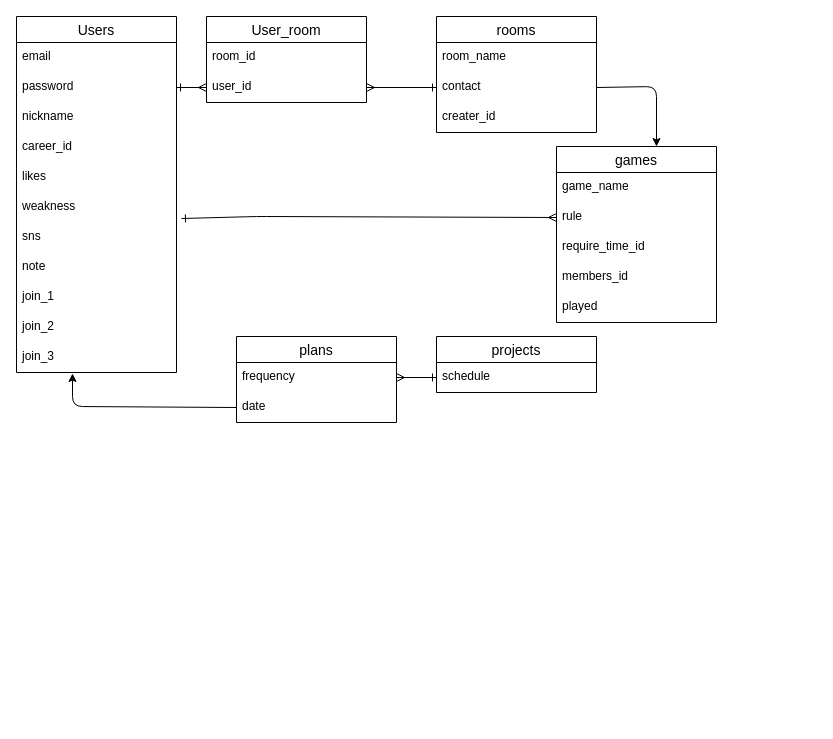
Before: bgcafe.dio in Toshiki-Ichi/bgcafe, a draw.io diagram. Source tidied: cells renumbered, new cells numbered last; positions are measured from the earlier drawing's top-left corner, leaving out a move shared by most shapes. Both pictures are drawn from the tidied source at 100%, with x=0, y=0 at pixel (16, 16).
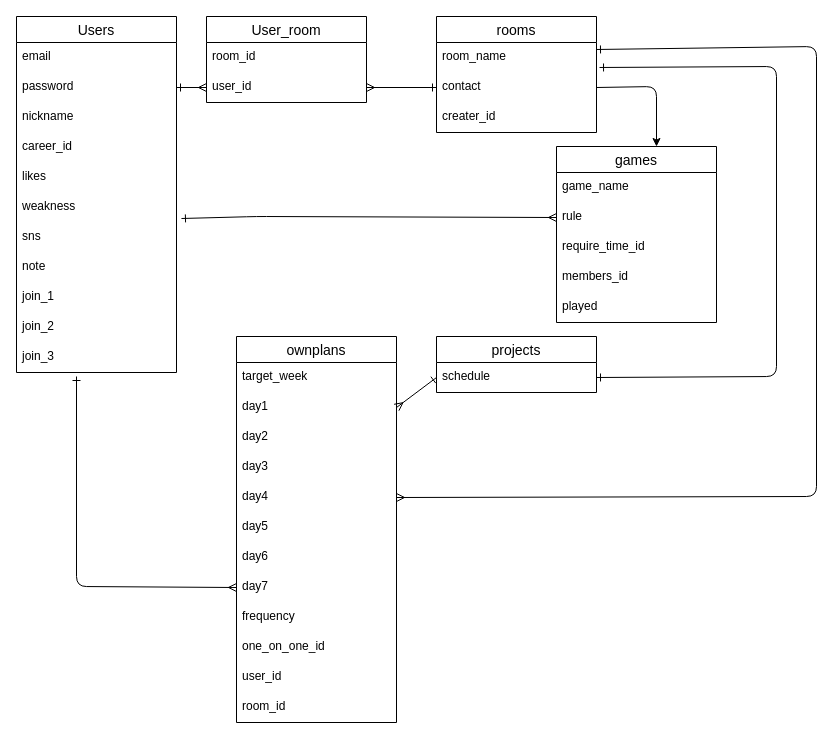
After the change.

The change refers to these unchanged cells:
```xml
<mxCell id="13" value="join_3" style="text;strokeColor=none;fillColor=none;spacingLeft=4;spacingRight=4;overflow=hidden;points=[[0,0.5],[1,0.5]];portConstraint=eastwest;fontSize=12;" parent="2" vertex="1">
  <mxGeometry y="326" width="160" height="30" as="geometry" />
</mxCell>
<mxCell id="18" value="room_name" style="text;strokeColor=none;fillColor=none;spacingLeft=4;spacingRight=4;overflow=hidden;points=[[0,0.5],[1,0.5]];portConstraint=eastwest;fontSize=12;" parent="17" vertex="1">
  <mxGeometry y="26" width="160" height="30" as="geometry" />
</mxCell>
<mxCell id="22" value="schedule" style="text;strokeColor=none;fillColor=none;spacingLeft=4;spacingRight=4;overflow=hidden;points=[[0,0.5],[1,0.5]];portConstraint=eastwest;fontSize=12;" parent="21" vertex="1">
  <mxGeometry y="26" width="160" height="30" as="geometry" />
</mxCell>
```

What changed in the source:
```diff
@@
+    <mxCell id="38" style="edgeStyle=none;html=1;startArrow=ERmany;startFill=0;endArrow=ERone;endFill=0;entryX=1;entryY=0.233;entryDx=0;entryDy=0;entryPerimeter=0;exitX=1;exitY=0.5;exitDx=0;exitDy=0;" parent="1" edge="1" source="42" target="18">
+      <mxGeometry relative="1" as="geometry">
+        <Array as="points">
+          <mxPoint x="800" y="480" />
+          <mxPoint x="800" y="30" />
+        </Array>
+      </mxGeometry>
+    </mxCell>
-    <mxCell id="23" value="plans" style="swimlane;fontStyle=0;horizontal=1;startSize=26;align=center;fontSize=14;" parent="1" vertex="1">
-      <mxGeometry x="220" y="320" width="160" height="86" as="geometry" />
+    <mxCell id="23" value="ownplans" style="swimlane;fontStyle=0;horizontal=1;startSize=26;align=center;fontSize=14;" parent="1" vertex="1">
+      <mxGeometry x="220" y="320" width="160" height="386" as="geometry" />
     </mxCell>
+    <mxCell id="39" value="target_week" style="text;strokeColor=none;fillColor=none;spacingLeft=4;spacingRight=4;overflow=hidden;fontSize=12;" parent="23" vertex="1">
+      <mxGeometry y="26" width="160" height="30" as="geometry" />
+    </mxCell>
-    <mxCell id="24" value="frequency" style="text;strokeColor=none;fillColor=none;spacingLeft=4;spacingRight=4;overflow=hidden;points=[[0,0.5],[1,0.5]];portConstraint=eastwest;fontSize=12;" parent="23" vertex="1">
-      <mxGeometry y="26" width="160" height="30" as="geometry" />
+    <mxCell id="24" value="day1" style="text;strokeColor=none;fillColor=none;spacingLeft=4;spacingRight=4;overflow=hidden;points=[[0,0.5],[1,0.5]];portConstraint=eastwest;fontSize=12;" parent="23" vertex="1">
+      <mxGeometry y="56" width="160" height="30" as="geometry" />
     </mxCell>
+    <mxCell id="40" value="day2" style="text;strokeColor=none;fillColor=none;spacingLeft=4;spacingRight=4;overflow=hidden;fontSize=12;" parent="23" vertex="1">
+      <mxGeometry y="86" width="160" height="30" as="geometry" />
+    </mxCell>
+    <mxCell id="41" value="day3" style="text;strokeColor=none;fillColor=none;spacingLeft=4;spacingRight=4;overflow=hidden;fontSize=12;" parent="23" vertex="1">
+      <mxGeometry y="116" width="160" height="30" as="geometry" />
+    </mxCell>
+    <mxCell id="42" value="day4" style="text;strokeColor=none;fillColor=none;spacingLeft=4;spacingRight=4;overflow=hidden;points=[[0,0.5],[1,0.5]];portConstraint=eastwest;fontSize=12;" parent="23" vertex="1">
+      <mxGeometry y="146" width="160" height="30" as="geometry" />
+    </mxCell>
+    <mxCell id="43" value="day5" style="text;strokeColor=none;fillColor=none;spacingLeft=4;spacingRight=4;overflow=hidden;fontSize=12;" parent="23" vertex="1">
+      <mxGeometry y="176" width="160" height="30" as="geometry" />
+    </mxCell>
+    <mxCell id="44" value="day6" style="text;strokeColor=none;fillColor=none;spacingLeft=4;spacingRight=4;overflow=hidden;fontSize=12;" parent="23" vertex="1">
+      <mxGeometry y="206" width="160" height="30" as="geometry" />
+    </mxCell>
+    <mxCell id="45" value="day7" style="text;strokeColor=none;fillColor=none;spacingLeft=4;spacingRight=4;overflow=hidden;points=[[0,0.5],[1,0.5]];portConstraint=eastwest;fontSize=12;" parent="23" vertex="1">
+      <mxGeometry y="236" width="160" height="30" as="geometry" />
+    </mxCell>
-    <mxCell id="25" value="date" style="text;strokeColor=none;fillColor=none;spacingLeft=4;spacingRight=4;overflow=hidden;points=[[0,0.5],[1,0.5]];portConstraint=eastwest;fontSize=12;" parent="23" vertex="1">
-      <mxGeometry y="56" width="160" height="30" as="geometry" />
+    <mxCell id="25" value="frequency" style="text;strokeColor=none;fillColor=none;spacingLeft=4;spacingRight=4;overflow=hidden;points=[[0,0.5],[1,0.5]];portConstraint=eastwest;fontSize=12;" parent="23" vertex="1">
+      <mxGeometry y="266" width="160" height="30" as="geometry" />
     </mxCell>
+    <mxCell id="46" value="one_on_one_id" style="text;strokeColor=none;fillColor=none;spacingLeft=4;spacingRight=4;overflow=hidden;fontSize=12;" parent="23" vertex="1">
+      <mxGeometry y="296" width="160" height="30" as="geometry" />
+    </mxCell>
+    <mxCell id="47" value="user_id" style="text;strokeColor=none;fillColor=none;spacingLeft=4;spacingRight=4;overflow=hidden;fontSize=12;" parent="23" vertex="1">
+      <mxGeometry y="326" width="160" height="30" as="geometry" />
+    </mxCell>
+    <mxCell id="48" value="room_id" style="text;strokeColor=none;fillColor=none;spacingLeft=4;spacingRight=4;overflow=hidden;fontSize=12;" parent="23" vertex="1">
+      <mxGeometry y="356" width="160" height="30" as="geometry" />
+    </mxCell>
@@
-    <mxCell id="37" style="edgeStyle=none;html=1;exitX=0;exitY=0.5;exitDx=0;exitDy=0;entryX=0.35;entryY=1.033;entryDx=0;entryDy=0;entryPerimeter=0;" parent="1" edge="1" source="25" target="13">
+    <mxCell id="37" style="edgeStyle=none;html=1;exitX=0;exitY=0.5;exitDx=0;exitDy=0;startArrow=ERmany;startFill=0;endArrow=ERone;endFill=0;" parent="1" edge="1" source="45">
       <mxGeometry relative="1" as="geometry">
+        <mxPoint x="60" y="360" as="targetPoint" />
         <Array as="points">
-          <mxPoint x="56" y="390" />
+          <mxPoint x="60" y="570" />
         </Array>
       </mxGeometry>
     </mxCell>
+    <mxCell id="49" style="edgeStyle=none;html=1;exitX=1;exitY=0.5;exitDx=0;exitDy=0;startArrow=ERone;startFill=0;endArrow=ERone;endFill=0;entryX=1.019;entryY=0.833;entryDx=0;entryDy=0;entryPerimeter=0;" parent="1" edge="1" source="22" target="18">
+      <mxGeometry relative="1" as="geometry">
+        <Array as="points">
+          <mxPoint x="760" y="360" />
+          <mxPoint x="760" y="50" />
+        </Array>
+      </mxGeometry>
+    </mxCell>
```
